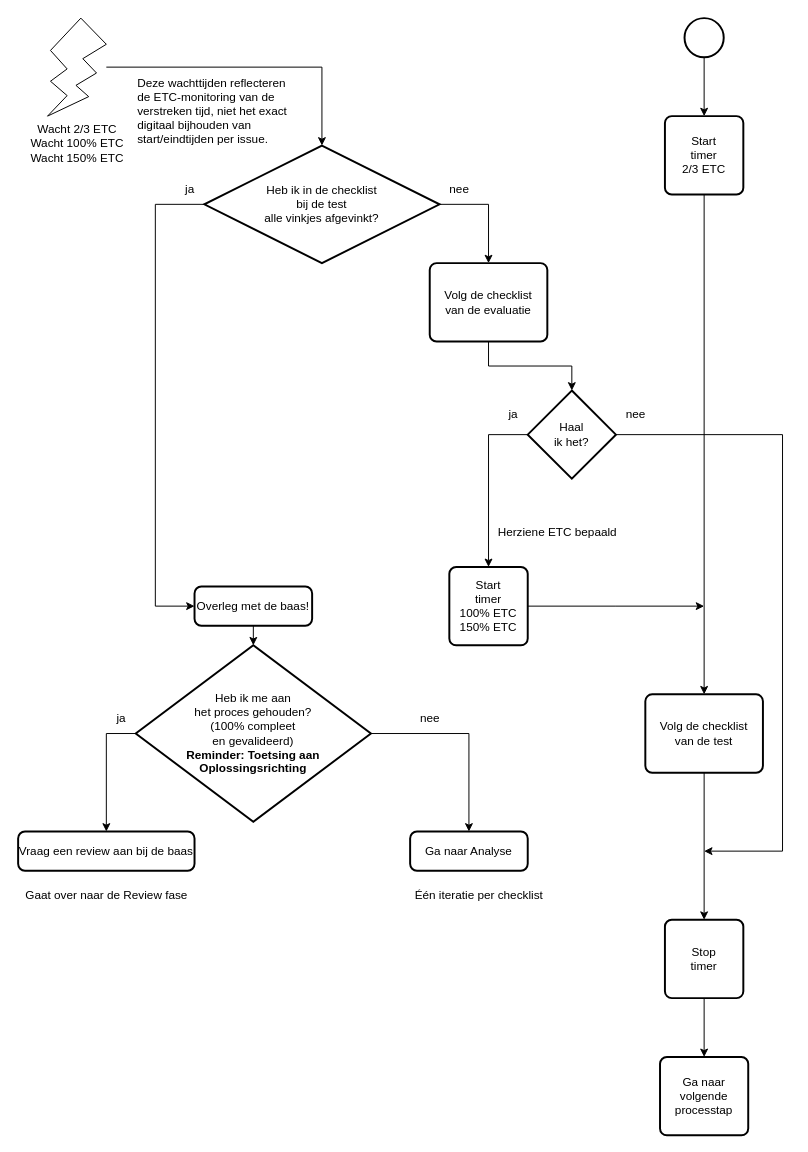
Zaibatsu89/IssueTracker keeps this draw.io diagram as 5 Issue Tracker test.drawio. Above is the earlier version. Source tidied: cells renumbered, new cells numbered last; positions are measured from the earlier drawing's top-left corner, leaving out a move shared by most shapes. Both pictures are drawn from the tidied source at 98%, with x=0, y=0 at pixel (18, 18).
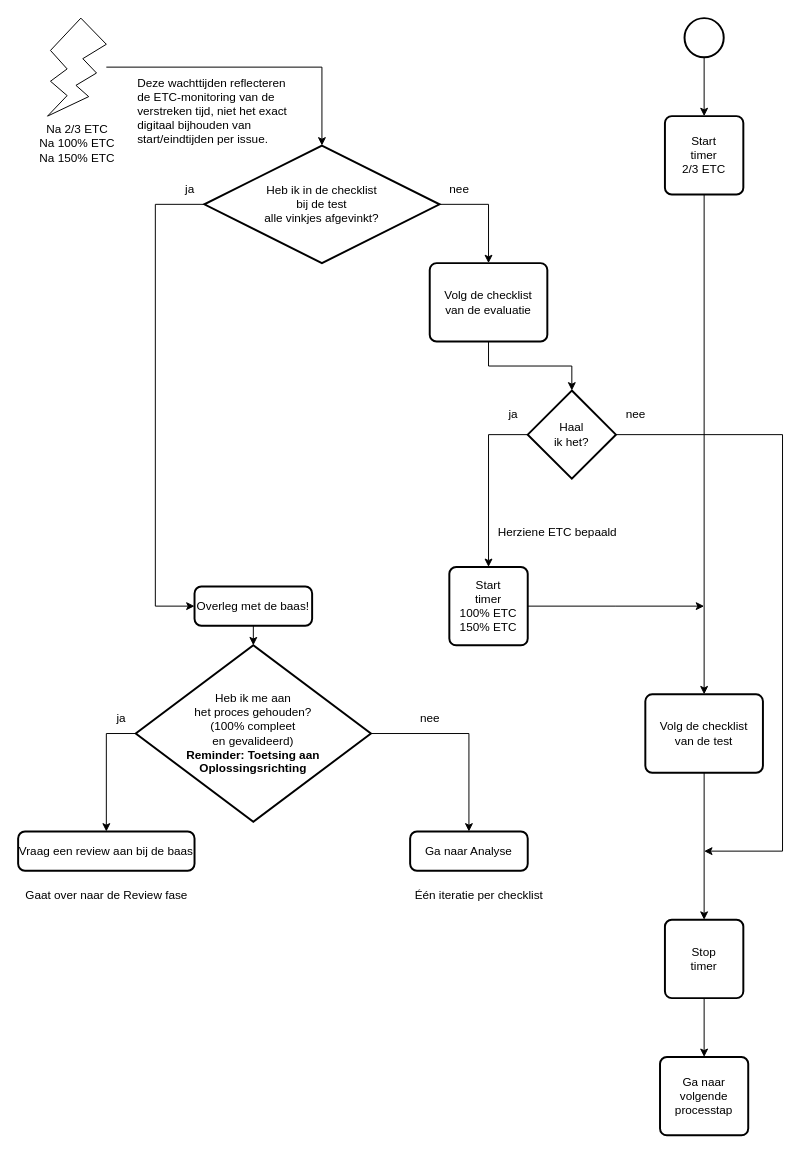
The same page after the edit.

Commit message (it also covers changes not shown here):
Vervang "Wacht" door "Na" in flowcharts

The edit, as a diff of the source:
```diff
@@
-    <mxCell id="21" value="Wacht 2/3 ETC&lt;br&gt;Wacht 100% ETC&lt;br&gt;Wacht 150% ETC" style="verticalLabelPosition=bottom;verticalAlign=top;html=1;shape=mxgraph.basic.flash;" parent="1" vertex="1">
+    <mxCell id="21" value="Na 2/3 ETC&lt;br&gt;Na 100% ETC&lt;br&gt;Na 150% ETC" style="verticalLabelPosition=bottom;verticalAlign=top;html=1;shape=mxgraph.basic.flash;" parent="1" vertex="1">
       <mxGeometry x="30" width="60" height="100" as="geometry" />
     </mxCell>
```
